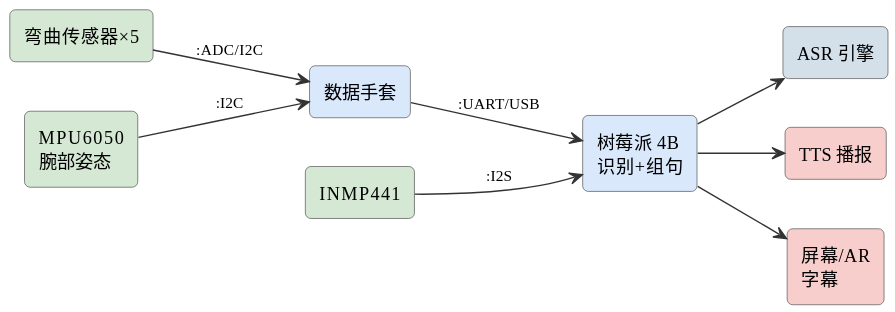
Before: assets/diagrams/ideas-fig57.svg, a diagram exported from PlantUML (mingyi0818/IntelligentMcuCourse).
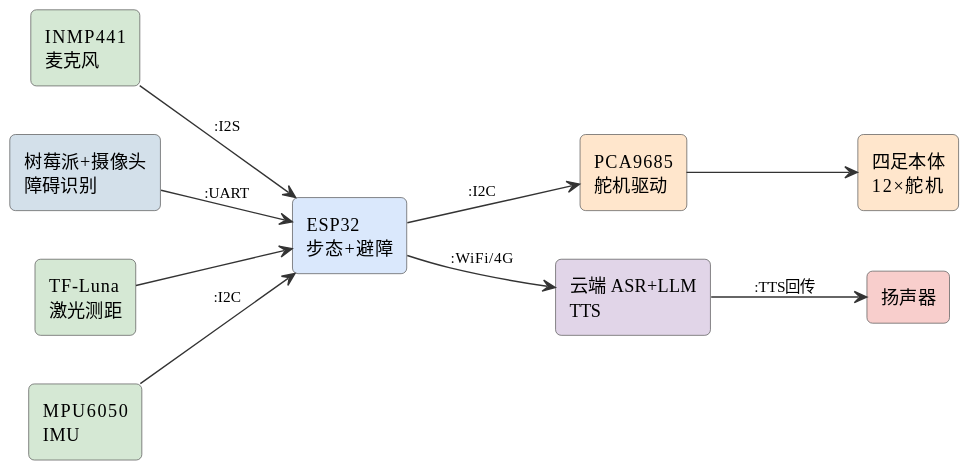
The same file after the commit.

Change to the diagram source:
```diff
@@ -6,19 +6,21 @@
 skinparam arrowFontSize 11
 skinparam arrowColor #333
 left to right direction
-rectangle "弯曲传感器×5" as flex #d5e8d4
-rectangle "MPU6050\n腕部姿态" as imu #d5e8d4
-rectangle "数据手套" as glove #dae8fc
-rectangle "树莓派 4B\n识别+组句" as rpi #dae8fc
-rectangle "INMP441" as mic #d5e8d4
-rectangle "ASR 引擎" as asr #d3e0ea
-rectangle "TTS 播报" as tts #f8cecc
-rectangle "屏幕/AR\n字幕" as scr #f8cecc
-flex --> glove : :ADC/I2C
-imu --> glove : :I2C
-glove --> rpi : :UART/USB
-mic --> rpi : :I2S
-rpi --> asr
-rpi --> tts
-rpi --> scr
+rectangle "INMP441\n麦克风" as mic #d5e8d4
+rectangle "树莓派+摄像头\n障碍识别" as cam #d3e0ea
+rectangle "TF-Luna\n激光测距" as tls #d5e8d4
+rectangle "MPU6050\nIMU" as imu #d5e8d4
+rectangle "ESP32\n步态+避障" as esp #dae8fc
+rectangle "PCA9685\n舵机驱动" as pca #ffe6cc
+rectangle "四足本体\n12×舵机" as legs #ffe6cc
+rectangle "云端 ASR+LLM\nTTS" as llm #e1d5e8
+rectangle "扬声器" as spk #f8cecc
+imu --> esp : :I2C
+tls --> esp
+cam --> esp : :UART
+esp --> pca : :I2C
+pca --> legs
+mic --> esp : :I2S
+esp --> llm : :WiFi/4G
+llm --> spk : :TTS回传
 @enduml
```
